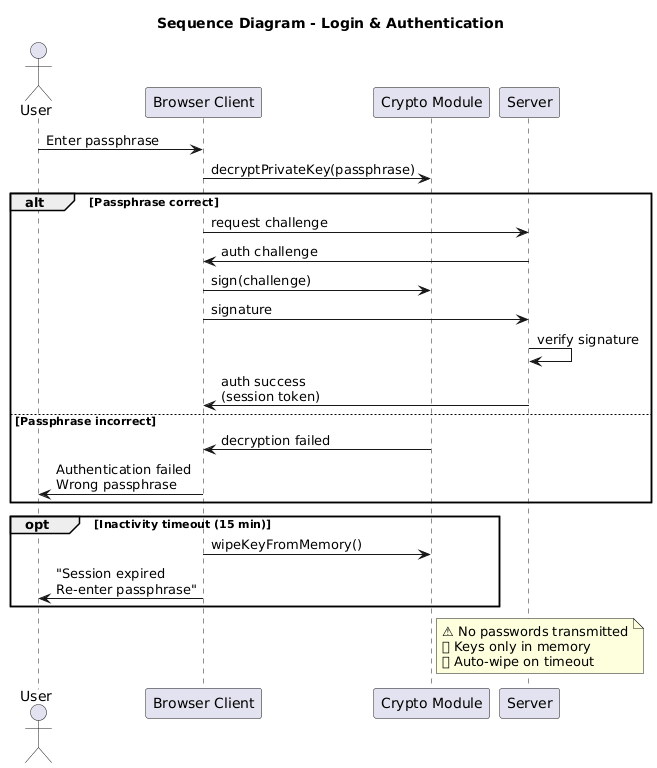
Before: diagram/sequence_diagram_login_auth.png, a diagram exported from PlantUML (Radhouen911/VoidLink). The source it was exported from:
```plantuml
@startuml
title Sequence Diagram - Login & Authentication

actor User
participant "Browser Client" as Client
participant "Crypto Module" as Crypto
participant "Server" as Server

User -> Client : Enter passphrase
Client -> Crypto : decryptPrivateKey(passphrase)

alt Passphrase correct
  Client -> Server : request challenge
  Server -> Client : auth challenge
  Client -> Crypto : sign(challenge)
  Client -> Server : signature
  Server -> Server : verify signature
  Server -> Client : auth success\n(session token)
else Passphrase incorrect
  Crypto -> Client : decryption failed
  Client -> User : Authentication failed\nWrong passphrase
end

opt Inactivity timeout (15 min)
  Client -> Crypto : wipeKeyFromMemory()
  Client -> User : "Session expired\nRe-enter passphrase"
end

note right of Crypto
⚠️ No passwords transmitted
🔒 Keys only in memory
🔄 Auto-wipe on timeout
end note
@enduml
```
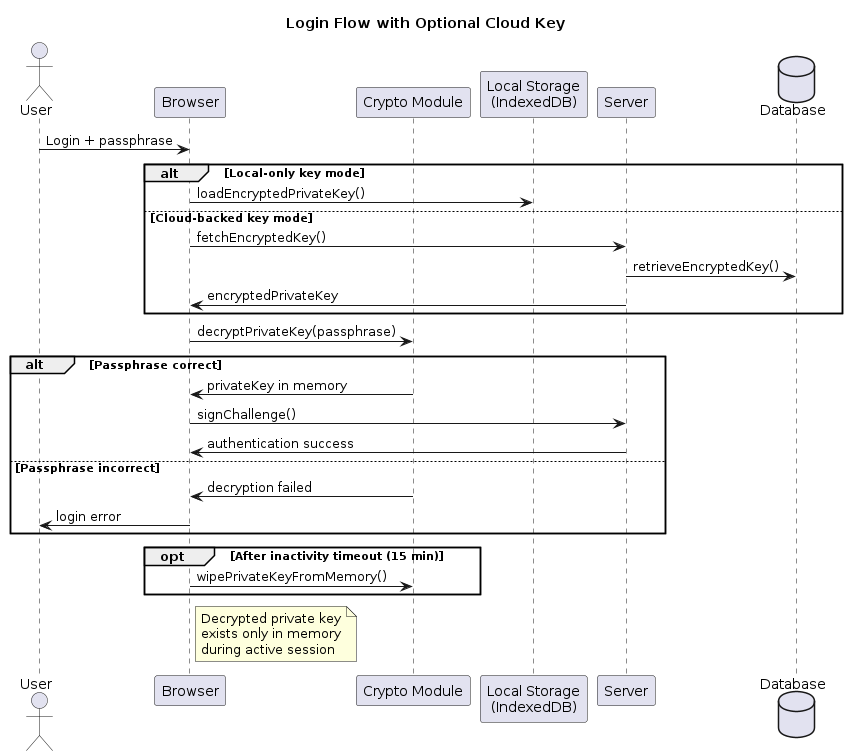
After the commit.

Commit message:
Added the mechanism of storing encrypted Private Key to the cloud app (major benefit is to be able to login anywhere )

The edit, as a diff of the source:
```diff
@@ -1,34 +1,41 @@
 @startuml
-title Sequence Diagram - Login & Authentication
+title Login Flow with Optional Cloud Key
 
 actor User
-participant "Browser Client" as Client
+participant Browser
 participant "Crypto Module" as Crypto
-participant "Server" as Server
+participant "Local Storage\n(IndexedDB)" as LS
+participant Server
+database Database
 
-User -> Client : Enter passphrase
-Client -> Crypto : decryptPrivateKey(passphrase)
+User -> Browser: Login + passphrase
+
+alt Local-only key mode
+  Browser -> LS: loadEncryptedPrivateKey()
+else Cloud-backed key mode
+  Browser -> Server: fetchEncryptedKey()
+  Server -> Database: retrieveEncryptedKey()
+  Server -> Browser: encryptedPrivateKey
+end
+
+Browser -> Crypto: decryptPrivateKey(passphrase)
 
 alt Passphrase correct
-  Client -> Server : request challenge
-  Server -> Client : auth challenge
-  Client -> Crypto : sign(challenge)
-  Client -> Server : signature
-  Server -> Server : verify signature
-  Server -> Client : auth success\n(session token)
+  Crypto -> Browser: privateKey in memory
+  Browser -> Server: signChallenge()
+  Server -> Browser: authentication success
 else Passphrase incorrect
-  Crypto -> Client : decryption failed
-  Client -> User : Authentication failed\nWrong passphrase
+  Crypto -> Browser: decryption failed
+  Browser -> User: login error
 end
 
-opt Inactivity timeout (15 min)
-  Client -> Crypto : wipeKeyFromMemory()
-  Client -> User : "Session expired\nRe-enter passphrase"
+opt After inactivity timeout (15 min)
+  Browser -> Crypto: wipePrivateKeyFromMemory()
 end
 
-note right of Crypto
-⚠️ No passwords transmitted
-🔒 Keys only in memory
-🔄 Auto-wipe on timeout
+note right of Browser
+Decrypted private key
+exists only in memory
+during active session
 end note
 @enduml
```
